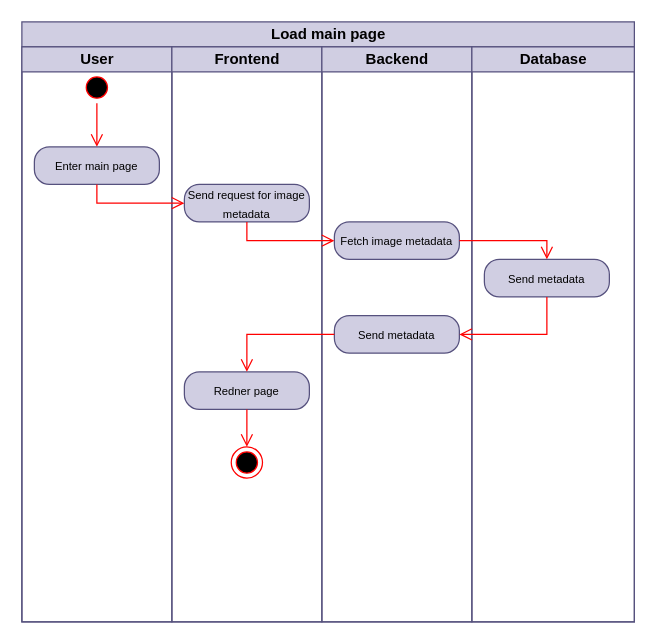
The draw.io diagram art-site-and-store-api/diagrams/usecase/activity/LoadMainPage.drawio in Kamiltlusty/art-site-and-store, before the edit. Source tidied: cells renumbered, new cells numbered last; positions are measured from the earlier drawing's top-left corner, leaving out a move shared by most shapes. Both pictures are drawn from the tidied source at 125%, with x=0, y=0 at pixel (21, 21).
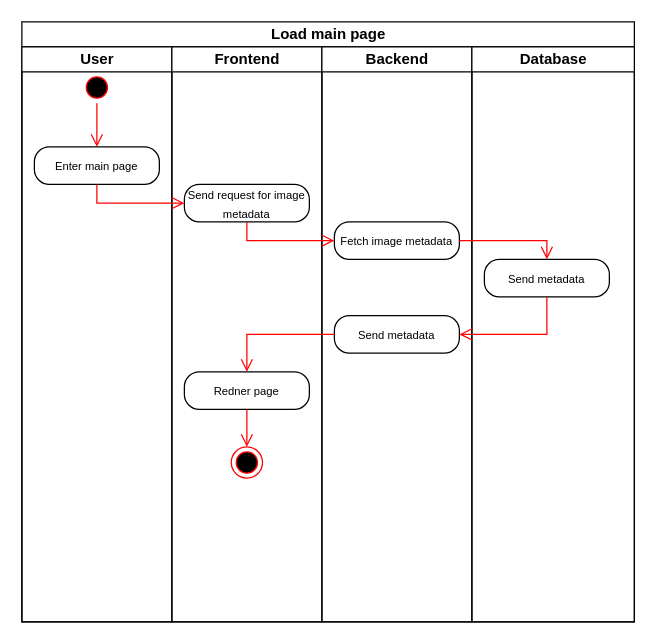
The same diagram, later.

Change to the diagram source:
```diff
@@
-    <mxCell id="2" value="Load main page" style="swimlane;startSize=20;html=1;fillColor=#d0cee2;strokeColor=#56517e;" parent="1" vertex="1">
+    <mxCell id="2" value="Load main page" style="swimlane;startSize=20;html=1;" parent="1" vertex="1">
       <mxGeometry width="490" height="480" as="geometry" />
     </mxCell>
-    <mxCell id="3" value="User" style="swimlane;startSize=20;html=1;fillColor=#d0cee2;strokeColor=#56517e;" parent="2" vertex="1">
+    <mxCell id="3" value="User" style="swimlane;startSize=20;html=1;" parent="2" vertex="1">
       <mxGeometry y="20" width="120" height="460" as="geometry" />
     </mxCell>
@@
-    <mxCell id="6" value="&lt;font style=&quot;font-size: 9px;&quot;&gt;Enter main page&lt;/font&gt;" style="rounded=1;whiteSpace=wrap;html=1;arcSize=40;fillColor=#d0cee2;strokeColor=#56517e;" parent="3" vertex="1">
+    <mxCell id="6" value="&lt;font style=&quot;font-size: 9px;&quot;&gt;Enter main page&lt;/font&gt;" style="rounded=1;whiteSpace=wrap;html=1;arcSize=40;" parent="3" vertex="1">
       <mxGeometry x="10" y="80" width="100" height="30" as="geometry" />
     </mxCell>
-    <mxCell id="7" value="Frontend" style="swimlane;startSize=20;html=1;fillColor=#d0cee2;strokeColor=#56517e;" parent="2" vertex="1">
+    <mxCell id="7" value="Frontend" style="swimlane;startSize=20;html=1;" parent="2" vertex="1">
       <mxGeometry x="120" y="20" width="120" height="460" as="geometry" />
     </mxCell>
-    <mxCell id="8" value="&lt;font style=&quot;font-size: 9px;&quot;&gt;Send request for image metadata&lt;/font&gt;" style="rounded=1;whiteSpace=wrap;html=1;arcSize=40;fillColor=#d0cee2;strokeColor=#56517e;" parent="7" vertex="1">
+    <mxCell id="8" value="&lt;font style=&quot;font-size: 9px;&quot;&gt;Send request for image metadata&lt;/font&gt;" style="rounded=1;whiteSpace=wrap;html=1;arcSize=40;" parent="7" vertex="1">
       <mxGeometry x="10" y="110" width="100" height="30" as="geometry" />
     </mxCell>
-    <mxCell id="9" value="&lt;font style=&quot;font-size: 9px;&quot;&gt;Redner page&lt;/font&gt;" style="rounded=1;whiteSpace=wrap;html=1;arcSize=40;fillColor=#d0cee2;strokeColor=#56517e;" parent="7" vertex="1">
+    <mxCell id="9" value="&lt;font style=&quot;font-size: 9px;&quot;&gt;Redner page&lt;/font&gt;" style="rounded=1;whiteSpace=wrap;html=1;arcSize=40;" parent="7" vertex="1">
       <mxGeometry x="10" y="260" width="100" height="30" as="geometry" />
     </mxCell>
@@
-    <mxCell id="12" value="Backend" style="swimlane;startSize=20;html=1;fillColor=#d0cee2;strokeColor=#56517e;" parent="2" vertex="1">
+    <mxCell id="12" value="Backend" style="swimlane;startSize=20;html=1;" parent="2" vertex="1">
       <mxGeometry x="240" y="20" width="120" height="460" as="geometry" />
     </mxCell>
-    <mxCell id="13" value="&lt;font style=&quot;font-size: 9px;&quot;&gt;Fetch image&amp;nbsp;&lt;/font&gt;&lt;span style=&quot;font-size: 9px;&quot;&gt;metadata&lt;/span&gt;" style="rounded=1;whiteSpace=wrap;html=1;arcSize=40;fillColor=#d0cee2;strokeColor=#56517e;" parent="12" vertex="1">
+    <mxCell id="13" value="&lt;font style=&quot;font-size: 9px;&quot;&gt;Fetch image&amp;nbsp;&lt;/font&gt;&lt;span style=&quot;font-size: 9px;&quot;&gt;metadata&lt;/span&gt;" style="rounded=1;whiteSpace=wrap;html=1;arcSize=40;" parent="12" vertex="1">
       <mxGeometry x="10" y="140" width="100" height="30" as="geometry" />
     </mxCell>
-    <mxCell id="14" value="&lt;font style=&quot;font-size: 9px;&quot;&gt;Send&amp;nbsp;&lt;/font&gt;&lt;span style=&quot;font-size: 9px;&quot;&gt;metadata&lt;/span&gt;" style="rounded=1;whiteSpace=wrap;html=1;arcSize=40;fillColor=#d0cee2;strokeColor=#56517e;" parent="12" vertex="1">
+    <mxCell id="14" value="&lt;font style=&quot;font-size: 9px;&quot;&gt;Send&amp;nbsp;&lt;/font&gt;&lt;span style=&quot;font-size: 9px;&quot;&gt;metadata&lt;/span&gt;" style="rounded=1;whiteSpace=wrap;html=1;arcSize=40;" parent="12" vertex="1">
       <mxGeometry x="10" y="215" width="100" height="30" as="geometry" />
     </mxCell>
-    <mxCell id="15" value="Database" style="swimlane;startSize=20;html=1;fillColor=#d0cee2;strokeColor=#56517e;" parent="2" vertex="1">
+    <mxCell id="15" value="Database" style="swimlane;startSize=20;html=1;" parent="2" vertex="1">
       <mxGeometry x="360" y="20" width="130" height="460" as="geometry" />
     </mxCell>
-    <mxCell id="16" value="&lt;font style=&quot;font-size: 9px;&quot;&gt;Send&amp;nbsp;&lt;/font&gt;&lt;span style=&quot;font-size: 9px;&quot;&gt;metadata&lt;/span&gt;" style="rounded=1;whiteSpace=wrap;html=1;arcSize=40;fillColor=#d0cee2;strokeColor=#56517e;" parent="15" vertex="1">
+    <mxCell id="16" value="&lt;font style=&quot;font-size: 9px;&quot;&gt;Send&amp;nbsp;&lt;/font&gt;&lt;span style=&quot;font-size: 9px;&quot;&gt;metadata&lt;/span&gt;" style="rounded=1;whiteSpace=wrap;html=1;arcSize=40;" parent="15" vertex="1">
       <mxGeometry x="10" y="170" width="100" height="30" as="geometry" />
     </mxCell>
```
